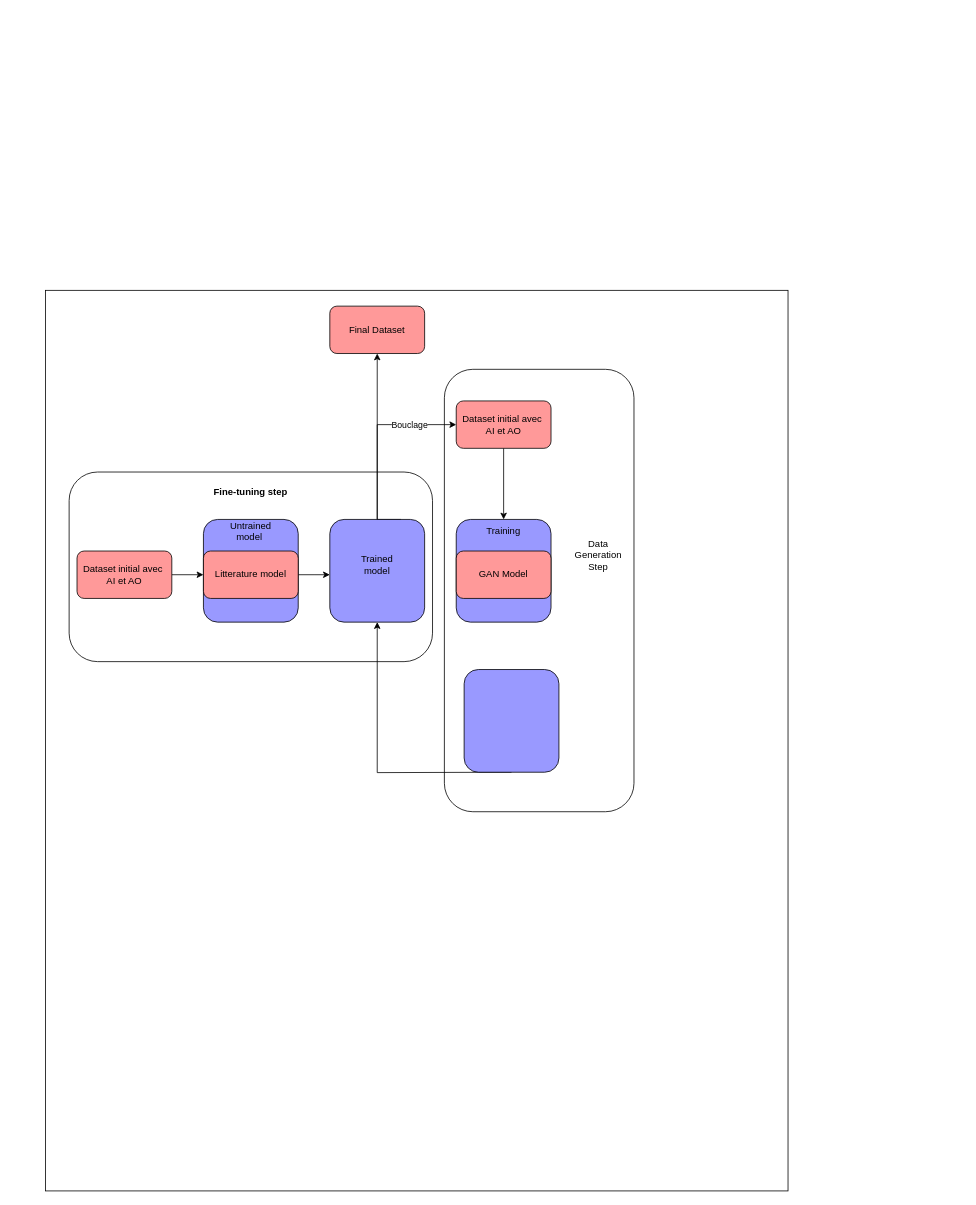
Above: Images/AdvancedML.drawio in qvelard/BiomolGeneration (draw.io), before the change. Source tidied: cells renumbered, new cells numbered last; positions are measured from the earlier drawing's top-left corner, leaving out a move shared by most shapes. Both pictures are drawn from the tidied source at 79%, with x=0, y=0 at pixel (45, 290).
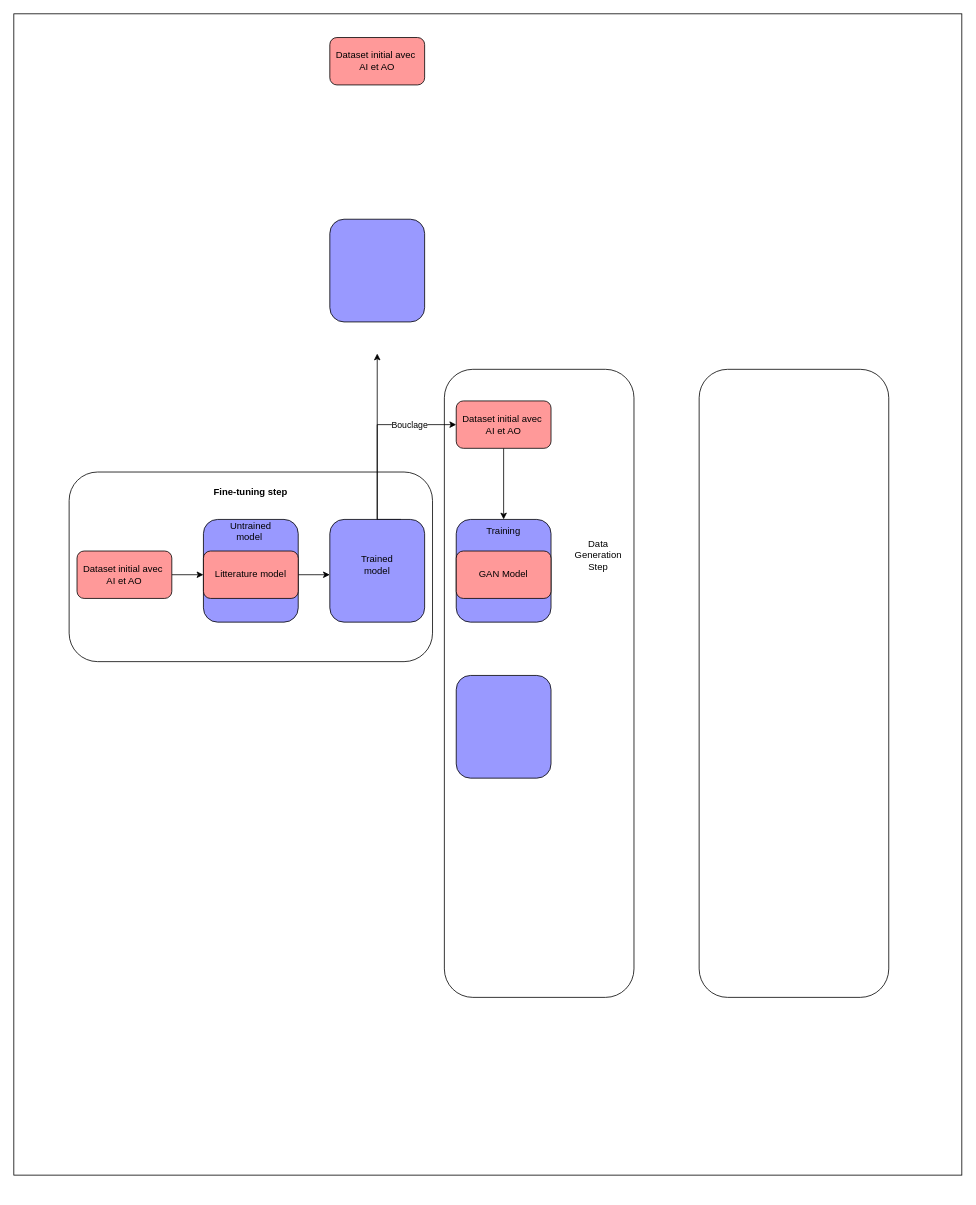
Above is the later version.

Unchanged cells that the change refers to:
```xml
<mxCell id="7" style="rounded=1;whiteSpace=wrap;html=1;fillColor=#9999FF;" parent="1" vertex="1">
  <mxGeometry x="360" y="290" width="120" height="130" as="geometry" />
</mxCell>
```

Diff of the diagram source:
```diff
@@
     <mxCell id="2" style="whiteSpace=wrap;html=1;fillColor=#FFFFFF;" parent="1" vertex="1">
-      <mxGeometry width="940" height="1140" as="geometry" />
+      <mxGeometry x="-40" y="-350" width="1200" height="1470" as="geometry" />
     </mxCell>
     <mxCell id="3" style="rounded=1;whiteSpace=wrap;html=1;fillColor=#FFFFFF;rotation=90;" parent="1" vertex="1">
-      <mxGeometry x="345" y="260" width="560" height="240" as="geometry" />
+      <mxGeometry x="227.5" y="377.5" width="795" height="240" as="geometry" />
     </mxCell>
@@
-    <mxCell id="15" style="edgeStyle=orthogonalEdgeStyle;rounded=0;jettySize=auto;html=1;exitX=0.5;exitY=1;exitDx=0;exitDy=0;entryX=0.5;entryY=1;entryDx=0;entryDy=0;" parent="1" edge="1" target="7">
-      <mxGeometry relative="1" as="geometry">
-        <mxPoint x="590" y="610" as="sourcePoint" />
-      </mxGeometry>
-    </mxCell>
@@
-    <mxCell id="21" value="Final Dataset" style="rounded=1;whiteSpace=wrap;html=1;fillColor=#FF9999;" parent="1" vertex="1">
-      <mxGeometry x="360" y="20" width="120" height="60" as="geometry" />
-    </mxCell>
-    <mxCell id="22" style="endArrow=classic;html=1;rounded=0;" parent="1" edge="1" target="21">
+    <mxCell id="22" style="endArrow=classic;html=1;rounded=0;" parent="1" edge="1">
       <mxGeometry relative="1" as="geometry">
         <mxPoint x="420" y="290" as="sourcePoint" />
+        <mxPoint x="420" y="80" as="targetPoint" />
       </mxGeometry>
     </mxCell>
@@
     <mxCell id="25" style="rounded=1;whiteSpace=wrap;html=1;fillColor=#9999FF;" parent="1" vertex="1">
-      <mxGeometry x="530" y="480" width="120" height="130" as="geometry" />
+      <mxGeometry x="520" y="487.5" width="120" height="130" as="geometry" />
     </mxCell>
+    <mxCell id="26" style="rounded=1;whiteSpace=wrap;html=1;fillColor=#9999FF;" parent="1" vertex="1">
+      <mxGeometry x="360" y="-90" width="120" height="130" as="geometry" />
+    </mxCell>
+    <mxCell id="27" value="Dataset initial avec&amp;nbsp;&lt;div&gt;AI et AO&lt;/div&gt;" style="rounded=1;whiteSpace=wrap;html=1;fillColor=#FF9999;" parent="1" vertex="1">
+      <mxGeometry x="360" y="-320" width="120" height="60" as="geometry" />
+    </mxCell>
+    <mxCell id="28" style="rounded=1;whiteSpace=wrap;html=1;fillColor=#FFFFFF;rotation=90;" parent="1" vertex="1">
+      <mxGeometry x="550" y="377.5" width="795" height="240" as="geometry" />
+    </mxCell>
```
